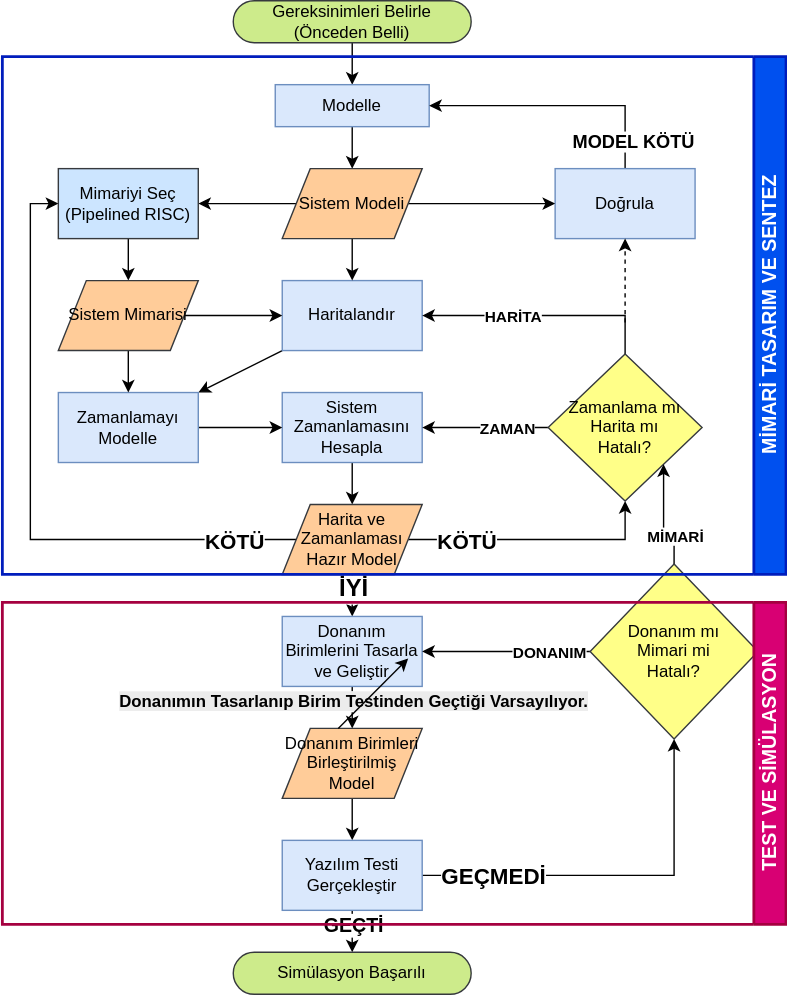
Earlier version of the draw.io export Tasarım Akış Diyagramı.svg (ilhanguler/Pipelined-RISC-processor-design). Source tidied: cells renumbered, new cells last; positions are measured from the earlier drawing's top-left corner, leaving out a move shared by most shapes. The source it was exported from:
```xml
<mxGraphModel>
  <root>
    <mxCell id="0" />
    <mxCell id="1" parent="0" />
    <mxCell id="2" style="edgeStyle=orthogonalEdgeStyle;rounded=0;jettySize=auto;html=1;exitX=0.5;exitY=0.5;exitDx=0;exitDy=15;exitPerimeter=0;entryX=0.5;entryY=0;entryDx=0;entryDy=0;" parent="1" edge="1" source="3" target="5">
      <mxGeometry relative="1" as="geometry" />
    </mxCell>
    <mxCell id="3" value="Gereksinimleri Belirle&lt;div&gt;(Önceden Belli)&lt;/div&gt;" style="html=1;dashed=0;whiteSpace=wrap;shape=mxgraph.dfd.start;fillColor=#cdeb8b;strokeColor=#36393d;" parent="1" vertex="1">
      <mxGeometry x="165" width="170" height="30" as="geometry" />
    </mxCell>
    <mxCell id="4" style="edgeStyle=orthogonalEdgeStyle;rounded=0;jettySize=auto;html=1;exitX=0.5;exitY=1;exitDx=0;exitDy=0;entryX=0.5;entryY=0;entryDx=0;entryDy=0;" parent="1" edge="1" source="5" target="16">
      <mxGeometry relative="1" as="geometry" />
    </mxCell>
    <mxCell id="5" value="Modelle" style="html=1;dashed=0;whiteSpace=wrap;fillColor=#dae8fc;strokeColor=#6c8ebf;" parent="1" vertex="1">
      <mxGeometry x="195" y="60" width="110" height="30" as="geometry" />
    </mxCell>
    <mxCell id="6" style="rounded=0;jettySize=auto;html=1;exitX=0;exitY=1;exitDx=0;exitDy=0;entryX=1;entryY=0;entryDx=0;entryDy=0;" parent="1" edge="1" source="7" target="20">
      <mxGeometry relative="1" as="geometry" />
    </mxCell>
    <mxCell id="7" value="Haritalandır" style="html=1;dashed=0;whiteSpace=wrap;fillColor=#dae8fc;strokeColor=#6c8ebf;" parent="1" vertex="1">
      <mxGeometry x="200" y="200" width="100" height="50" as="geometry" />
    </mxCell>
    <mxCell id="8" style="edgeStyle=orthogonalEdgeStyle;rounded=0;jettySize=auto;html=1;exitX=0.5;exitY=1;exitDx=0;exitDy=0;entryX=0.5;entryY=0;entryDx=0;entryDy=0;" parent="1" edge="1" source="9" target="30">
      <mxGeometry relative="1" as="geometry" />
    </mxCell>
    <mxCell id="9" value="Sistem Zamanlamasını Hesapla" style="html=1;dashed=0;whiteSpace=wrap;fillColor=#dae8fc;strokeColor=#6c8ebf;" parent="1" vertex="1">
      <mxGeometry x="200" y="280" width="100" height="50" as="geometry" />
    </mxCell>
    <mxCell id="10" style="edgeStyle=orthogonalEdgeStyle;rounded=0;jettySize=auto;html=1;exitX=0.5;exitY=0;exitDx=0;exitDy=0;entryX=1;entryY=0.5;entryDx=0;entryDy=0;" parent="1" edge="1" source="12" target="5">
      <mxGeometry relative="1" as="geometry" />
    </mxCell>
    <mxCell id="11" value="MODEL KÖTÜ" style="edgeLabel;html=1;align=center;verticalAlign=middle;fontStyle=1;fontSize=13;" parent="10" vertex="1">
      <mxGeometry x="-0.68" y="2" relative="1" as="geometry">
        <mxPoint x="7" y="9" as="offset" />
      </mxGeometry>
    </mxCell>
    <mxCell id="12" value="Doğrula" style="html=1;dashed=0;whiteSpace=wrap;fillColor=#dae8fc;strokeColor=#6c8ebf;" parent="1" vertex="1">
      <mxGeometry x="395" y="120" width="100" height="50" as="geometry" />
    </mxCell>
    <mxCell id="13" style="edgeStyle=orthogonalEdgeStyle;rounded=0;jettySize=auto;html=1;exitX=0;exitY=0.5;exitDx=0;exitDy=0;entryX=1;entryY=0.5;entryDx=0;entryDy=0;" parent="1" edge="1" source="16" target="18">
      <mxGeometry relative="1" as="geometry" />
    </mxCell>
    <mxCell id="14" style="edgeStyle=orthogonalEdgeStyle;rounded=0;jettySize=auto;html=1;exitX=0.5;exitY=1;exitDx=0;exitDy=0;entryX=0.5;entryY=0;entryDx=0;entryDy=0;" parent="1" edge="1" source="16" target="7">
      <mxGeometry relative="1" as="geometry" />
    </mxCell>
    <mxCell id="15" style="edgeStyle=orthogonalEdgeStyle;rounded=0;jettySize=auto;html=1;exitX=1;exitY=0.5;exitDx=0;exitDy=0;entryX=0;entryY=0.5;entryDx=0;entryDy=0;" parent="1" edge="1" source="16" target="12">
      <mxGeometry relative="1" as="geometry" />
    </mxCell>
    <mxCell id="16" value="Sistem Modeli" style="shape=parallelogram;perimeter=parallelogramPerimeter;whiteSpace=wrap;html=1;dashed=0;fillColor=#ffcc99;strokeColor=#36393d;" parent="1" vertex="1">
      <mxGeometry x="200" y="120" width="100" height="50" as="geometry" />
    </mxCell>
    <mxCell id="17" style="edgeStyle=orthogonalEdgeStyle;rounded=0;jettySize=auto;html=1;exitX=0.5;exitY=1;exitDx=0;exitDy=0;entryX=0.5;entryY=0;entryDx=0;entryDy=0;" parent="1" edge="1" source="18" target="23">
      <mxGeometry relative="1" as="geometry" />
    </mxCell>
    <mxCell id="18" value="Mimariyi Seç&lt;div&gt;(Pipelined RISC)&lt;/div&gt;" style="html=1;dashed=0;whiteSpace=wrap;fillColor=#cce5ff;strokeColor=#36393d;" parent="1" vertex="1">
      <mxGeometry x="40" y="120" width="100" height="50" as="geometry" />
    </mxCell>
    <mxCell id="19" style="edgeStyle=orthogonalEdgeStyle;rounded=0;jettySize=auto;html=1;exitX=1;exitY=0.5;exitDx=0;exitDy=0;entryX=0;entryY=0.5;entryDx=0;entryDy=0;" parent="1" edge="1" source="20" target="9">
      <mxGeometry relative="1" as="geometry" />
    </mxCell>
    <mxCell id="20" value="Zamanlamayı Modelle" style="html=1;dashed=0;whiteSpace=wrap;fillColor=#dae8fc;strokeColor=#6c8ebf;" parent="1" vertex="1">
      <mxGeometry x="40" y="280" width="100" height="50" as="geometry" />
    </mxCell>
    <mxCell id="21" style="edgeStyle=orthogonalEdgeStyle;rounded=0;jettySize=auto;html=1;exitX=1;exitY=0.5;exitDx=0;exitDy=0;entryX=0;entryY=0.5;entryDx=0;entryDy=0;" parent="1" edge="1" source="23" target="7">
      <mxGeometry relative="1" as="geometry" />
    </mxCell>
    <mxCell id="22" style="edgeStyle=orthogonalEdgeStyle;rounded=0;jettySize=auto;html=1;exitX=0.5;exitY=1;exitDx=0;exitDy=0;" parent="1" edge="1" source="23" target="20">
      <mxGeometry relative="1" as="geometry" />
    </mxCell>
    <mxCell id="23" value="Sistem Mimarisi" style="shape=parallelogram;perimeter=parallelogramPerimeter;whiteSpace=wrap;html=1;dashed=0;fillColor=#ffcc99;strokeColor=#36393d;" parent="1" vertex="1">
      <mxGeometry x="40" y="200" width="100" height="50" as="geometry" />
    </mxCell>
    <mxCell id="24" style="edgeStyle=orthogonalEdgeStyle;rounded=0;jettySize=auto;html=1;exitX=0;exitY=0.5;exitDx=0;exitDy=0;entryX=0;entryY=0.5;entryDx=0;entryDy=0;" parent="1" edge="1" source="30" target="18">
      <mxGeometry relative="1" as="geometry" />
    </mxCell>
    <mxCell id="25" value="KÖTÜ" style="edgeLabel;html=1;align=center;verticalAlign=middle;fontStyle=1;fontSize=15;" parent="24" vertex="1">
      <mxGeometry x="-0.84" y="1" relative="1" as="geometry">
        <mxPoint x="-9" y="-1" as="offset" />
      </mxGeometry>
    </mxCell>
    <mxCell id="26" style="edgeStyle=orthogonalEdgeStyle;rounded=0;jettySize=auto;html=1;exitX=1;exitY=0.5;exitDx=0;exitDy=0;strokeColor=default;curved=0;entryX=0.5;entryY=1;entryDx=0;entryDy=0;" parent="1" edge="1" source="30" target="38">
      <mxGeometry relative="1" as="geometry">
        <Array as="points">
          <mxPoint x="445" y="385" />
        </Array>
      </mxGeometry>
    </mxCell>
    <mxCell id="27" value="KÖTÜ" style="edgeLabel;html=1;align=center;verticalAlign=middle;fontStyle=1;fontSize=15;" parent="26" vertex="1">
      <mxGeometry x="-0.83" relative="1" as="geometry">
        <mxPoint x="26" as="offset" />
      </mxGeometry>
    </mxCell>
    <mxCell id="28" style="edgeStyle=orthogonalEdgeStyle;rounded=0;jettySize=auto;html=1;exitX=0.5;exitY=1;exitDx=0;exitDy=0;entryX=0.5;entryY=0;entryDx=0;entryDy=0;" parent="1" edge="1" source="30" target="33">
      <mxGeometry relative="1" as="geometry" />
    </mxCell>
    <mxCell id="29" value="İYİ" style="edgeLabel;html=1;align=center;verticalAlign=middle;fontStyle=1;fontSize=17;" parent="28" vertex="1">
      <mxGeometry x="-0.49" y="-2" relative="1" as="geometry">
        <mxPoint x="2" y="2" as="offset" />
      </mxGeometry>
    </mxCell>
    <mxCell id="30" value="Harita ve Zamanlaması Hazır Model" style="shape=parallelogram;perimeter=parallelogramPerimeter;whiteSpace=wrap;html=1;dashed=0;fillColor=#ffcc99;strokeColor=#36393d;" parent="1" vertex="1">
      <mxGeometry x="200" y="360" width="100" height="50" as="geometry" />
    </mxCell>
    <mxCell id="31" style="edgeStyle=orthogonalEdgeStyle;rounded=0;jettySize=auto;html=1;exitX=0.5;exitY=1;exitDx=0;exitDy=0;entryX=0.5;entryY=0;entryDx=0;entryDy=0;" parent="1" edge="1" source="33">
      <mxGeometry relative="1" as="geometry">
        <mxPoint x="250" y="520" as="targetPoint" />
      </mxGeometry>
    </mxCell>
    <mxCell id="32" value="&lt;span style=&quot;font-size: 12px; background-color: rgb(236, 236, 236);&quot;&gt;Donanımın Tasarlanıp Birim Testinden Geçtiği Varsayılıyor.&lt;/span&gt;" style="edgeLabel;html=1;align=center;verticalAlign=middle;fontStyle=1;" parent="31" vertex="1">
      <mxGeometry x="-0.56" y="-2" relative="1" as="geometry">
        <mxPoint x="2" y="3" as="offset" />
      </mxGeometry>
    </mxCell>
    <mxCell id="33" value="Donanım Birimlerini Tasarla ve Geliştir" style="html=1;dashed=0;whiteSpace=wrap;fillColor=#dae8fc;strokeColor=#6c8ebf;" parent="1" vertex="1">
      <mxGeometry x="200" y="440" width="100" height="50" as="geometry" />
    </mxCell>
    <mxCell id="34" style="edgeStyle=orthogonalEdgeStyle;rounded=0;jettySize=auto;html=1;exitX=0.5;exitY=0;exitDx=0;exitDy=0;entryX=1;entryY=0.5;entryDx=0;entryDy=0;" parent="1" edge="1" source="38" target="7">
      <mxGeometry relative="1" as="geometry" />
    </mxCell>
    <mxCell id="35" value="HARİTA" style="edgeLabel;html=1;align=center;verticalAlign=middle;fontStyle=1;" parent="34" vertex="1">
      <mxGeometry x="-0.1" y="4" relative="1" as="geometry">
        <mxPoint x="-30" y="-4" as="offset" />
      </mxGeometry>
    </mxCell>
    <mxCell id="36" style="edgeStyle=orthogonalEdgeStyle;rounded=0;jettySize=auto;html=1;exitX=0;exitY=0.5;exitDx=0;exitDy=0;entryX=1;entryY=0.5;entryDx=0;entryDy=0;" parent="1" edge="1" source="38" target="9">
      <mxGeometry relative="1" as="geometry" />
    </mxCell>
    <mxCell id="37" value="ZAMAN" style="edgeLabel;html=1;align=center;verticalAlign=middle;fontStyle=1;" parent="36" vertex="1">
      <mxGeometry x="-0.03" y="-1" relative="1" as="geometry">
        <mxPoint x="14" y="1" as="offset" />
      </mxGeometry>
    </mxCell>
    <mxCell id="38" value="Zamanlama mı&lt;div&gt;Harita mı&lt;/div&gt;&lt;div&gt;&lt;span style=&quot;background-color: transparent; color: light-dark(rgb(0, 0, 0), rgb(255, 255, 255));&quot;&gt;Hatalı?&lt;/span&gt;&lt;/div&gt;" style="shape=rhombus;html=1;dashed=0;whiteSpace=wrap;perimeter=rhombusPerimeter;fillColor=#ffff88;strokeColor=#36393d;" parent="1" vertex="1">
      <mxGeometry x="390" y="252.5" width="110" height="105" as="geometry" />
    </mxCell>
    <mxCell id="39" style="endArrow=classic;html=1;rounded=0;entryX=0.5;entryY=1;entryDx=0;entryDy=0;dashed=1;" parent="1" edge="1" target="12">
      <mxGeometry relative="1" as="geometry">
        <mxPoint x="445" y="230" as="sourcePoint" />
      </mxGeometry>
    </mxCell>
    <mxCell id="40" style="edgeStyle=orthogonalEdgeStyle;rounded=0;jettySize=auto;html=1;exitX=0.5;exitY=1;exitDx=0;exitDy=0;entryX=0.5;entryY=0;entryDx=0;entryDy=0;" parent="1" edge="1" source="41" target="46">
      <mxGeometry relative="1" as="geometry" />
    </mxCell>
    <mxCell id="41" value="Donanım Birimleri Birleştirilmiş Model" style="shape=parallelogram;perimeter=parallelogramPerimeter;whiteSpace=wrap;html=1;dashed=0;fillColor=#ffcc99;strokeColor=#36393d;" parent="1" vertex="1">
      <mxGeometry x="200" y="520" width="100" height="50" as="geometry" />
    </mxCell>
    <mxCell id="42" style="edgeStyle=orthogonalEdgeStyle;rounded=0;jettySize=auto;html=1;exitX=1;exitY=0.5;exitDx=0;exitDy=0;entryX=0.5;entryY=1;entryDx=0;entryDy=0;" parent="1" edge="1" source="46" target="51">
      <mxGeometry relative="1" as="geometry" />
    </mxCell>
    <mxCell id="43" value="&lt;b&gt;&lt;font style=&quot;font-size: 16px;&quot;&gt;GEÇMEDİ&lt;/font&gt;&lt;/b&gt;" style="edgeLabel;html=1;align=center;verticalAlign=middle;" parent="42" vertex="1">
      <mxGeometry x="-0.83" y="2" relative="1" as="geometry">
        <mxPoint x="26" y="2" as="offset" />
      </mxGeometry>
    </mxCell>
    <mxCell id="44" style="edgeStyle=orthogonalEdgeStyle;rounded=0;jettySize=auto;html=1;exitX=0.5;exitY=1;exitDx=0;exitDy=0;" parent="1" edge="1" source="46">
      <mxGeometry relative="1" as="geometry">
        <mxPoint x="250" y="680" as="targetPoint" />
      </mxGeometry>
    </mxCell>
    <mxCell id="45" value="&lt;b&gt;&lt;font style=&quot;font-size: 14px;&quot;&gt;GEÇTİ&lt;/font&gt;&lt;/b&gt;" style="edgeLabel;html=1;align=center;verticalAlign=middle;" parent="44" vertex="1">
      <mxGeometry x="0.72" relative="1" as="geometry">
        <mxPoint y="-16" as="offset" />
      </mxGeometry>
    </mxCell>
    <mxCell id="46" value="Yazılım Testi Gerçekleştir" style="html=1;dashed=0;whiteSpace=wrap;fillColor=#dae8fc;strokeColor=#6c8ebf;" parent="1" vertex="1">
      <mxGeometry x="200" y="600" width="100" height="50" as="geometry" />
    </mxCell>
    <mxCell id="47" style="rounded=0;jettySize=auto;html=1;exitX=0.5;exitY=0;exitDx=0;exitDy=0;entryX=1;entryY=1;entryDx=0;entryDy=0;edgeStyle=orthogonalEdgeStyle;curved=0;" parent="1" edge="1" source="51" target="38">
      <mxGeometry relative="1" as="geometry" />
    </mxCell>
    <mxCell id="48" value="&lt;b&gt;MİMARİ&lt;/b&gt;" style="edgeLabel;html=1;align=center;verticalAlign=middle;" parent="47" vertex="1">
      <mxGeometry x="-0.48" relative="1" as="geometry" />
    </mxCell>
    <mxCell id="49" style="edgeStyle=orthogonalEdgeStyle;rounded=0;jettySize=auto;html=1;exitX=0;exitY=0.5;exitDx=0;exitDy=0;entryX=1;entryY=0.5;entryDx=0;entryDy=0;" parent="1" edge="1" source="51" target="33">
      <mxGeometry relative="1" as="geometry" />
    </mxCell>
    <mxCell id="50" value="&lt;b&gt;DONANIM&lt;/b&gt;" style="edgeLabel;html=1;align=center;verticalAlign=middle;" parent="49" vertex="1">
      <mxGeometry x="-0.57" y="-1" relative="1" as="geometry">
        <mxPoint x="-4" y="1" as="offset" />
      </mxGeometry>
    </mxCell>
    <mxCell id="51" value="Donanım mı&lt;div&gt;Mimari mi&lt;div&gt;Hatalı?&lt;/div&gt;&lt;/div&gt;" style="shape=rhombus;html=1;dashed=0;whiteSpace=wrap;perimeter=rhombusPerimeter;fillColor=#ffff88;strokeColor=#36393d;" parent="1" vertex="1">
      <mxGeometry x="420" y="402.5" width="120" height="125" as="geometry" />
    </mxCell>
    <mxCell id="52" value="&lt;span style=&quot;font-size: 14px; text-wrap-mode: nowrap;&quot;&gt;TEST VE SİMÜLASYON&lt;/span&gt;" style="swimlane;horizontal=0;whiteSpace=wrap;html=1;direction=west;fillColor=#d80073;fontColor=#ffffff;strokeColor=#A50040;strokeWidth=2;" parent="1" vertex="1">
      <mxGeometry y="430" width="560" height="230" as="geometry" />
    </mxCell>
    <mxCell id="53" value="&lt;span style=&quot;font-size: 14px; text-wrap-mode: nowrap;&quot;&gt;MİMARİ TASARIM VE SENTEZ&lt;/span&gt;" style="swimlane;horizontal=0;whiteSpace=wrap;html=1;direction=west;fillColor=#0050ef;strokeColor=#001DBC;fontColor=#ffffff;strokeWidth=2;" parent="1" vertex="1">
      <mxGeometry y="40" width="560" height="370" as="geometry" />
    </mxCell>
    <mxCell id="54" style="endArrow=classic;html=1;rounded=0;" parent="1" edge="1">
      <mxGeometry relative="1" as="geometry">
        <mxPoint x="240" y="520" as="sourcePoint" />
        <mxPoint x="290" y="470" as="targetPoint" />
      </mxGeometry>
    </mxCell>
    <mxCell id="55" value="Simülasyon Başarılı" style="html=1;dashed=0;whiteSpace=wrap;shape=mxgraph.dfd.start;fillColor=#cdeb8b;strokeColor=#36393d;" parent="1" vertex="1">
      <mxGeometry x="165" y="680" width="170" height="30" as="geometry" />
    </mxCell>
  </root>
</mxGraphModel>
```
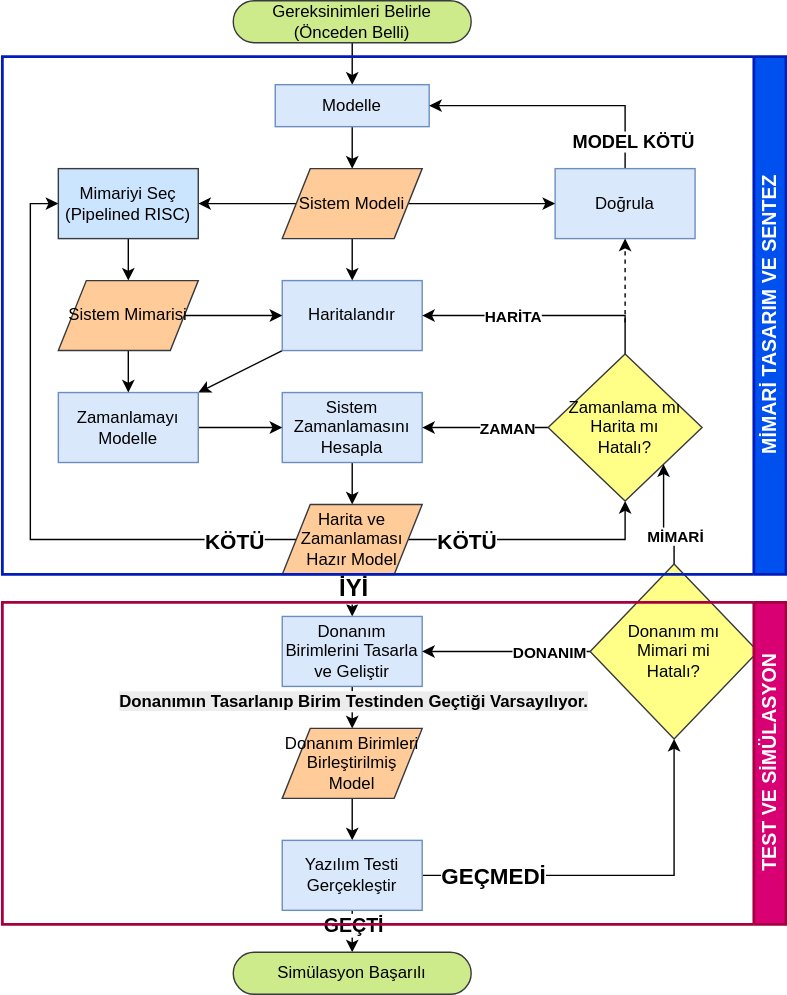
The same diagram one commit later.

Commit message:
akış düzeltme

Change to the diagram source:
```diff
@@ -188,12 +188,6 @@
     <mxCell id="53" value="&lt;span style=&quot;font-size: 14px; text-wrap-mode: nowrap;&quot;&gt;MİMARİ TASARIM VE SENTEZ&lt;/span&gt;" style="swimlane;horizontal=0;whiteSpace=wrap;html=1;direction=west;fillColor=#0050ef;strokeColor=#001DBC;fontColor=#ffffff;strokeWidth=2;" parent="1" vertex="1">
       <mxGeometry y="40" width="560" height="370" as="geometry" />
     </mxCell>
-    <mxCell id="54" style="endArrow=classic;html=1;rounded=0;" parent="1" edge="1">
-      <mxGeometry relative="1" as="geometry">
-        <mxPoint x="240" y="520" as="sourcePoint" />
-        <mxPoint x="290" y="470" as="targetPoint" />
-      </mxGeometry>
-    </mxCell>
     <mxCell id="55" value="Simülasyon Başarılı" style="html=1;dashed=0;whiteSpace=wrap;shape=mxgraph.dfd.start;fillColor=#cdeb8b;strokeColor=#36393d;" parent="1" vertex="1">
       <mxGeometry x="165" y="680" width="170" height="30" as="geometry" />
     </mxCell>
```
